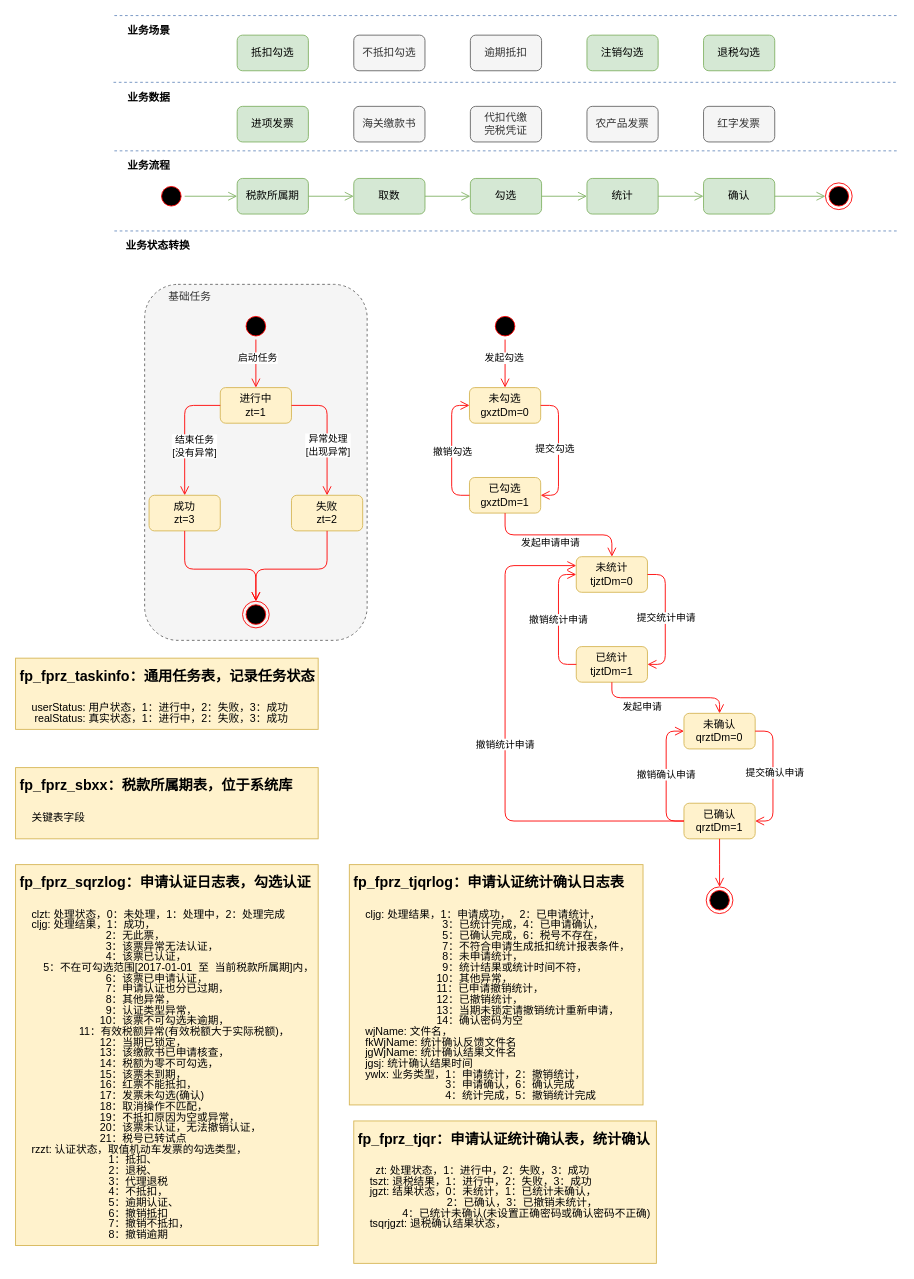
The draw.io diagram 发票认证整体.drawio in xingzhihe/hello-world, before the edit. Source tidied: cells renumbered, new cells numbered last; positions are measured from the earlier drawing's top-left corner, leaving out a move shared by most shapes. Both pictures are drawn from the tidied source at 89%, with x=0, y=0 at pixel (15, 15).
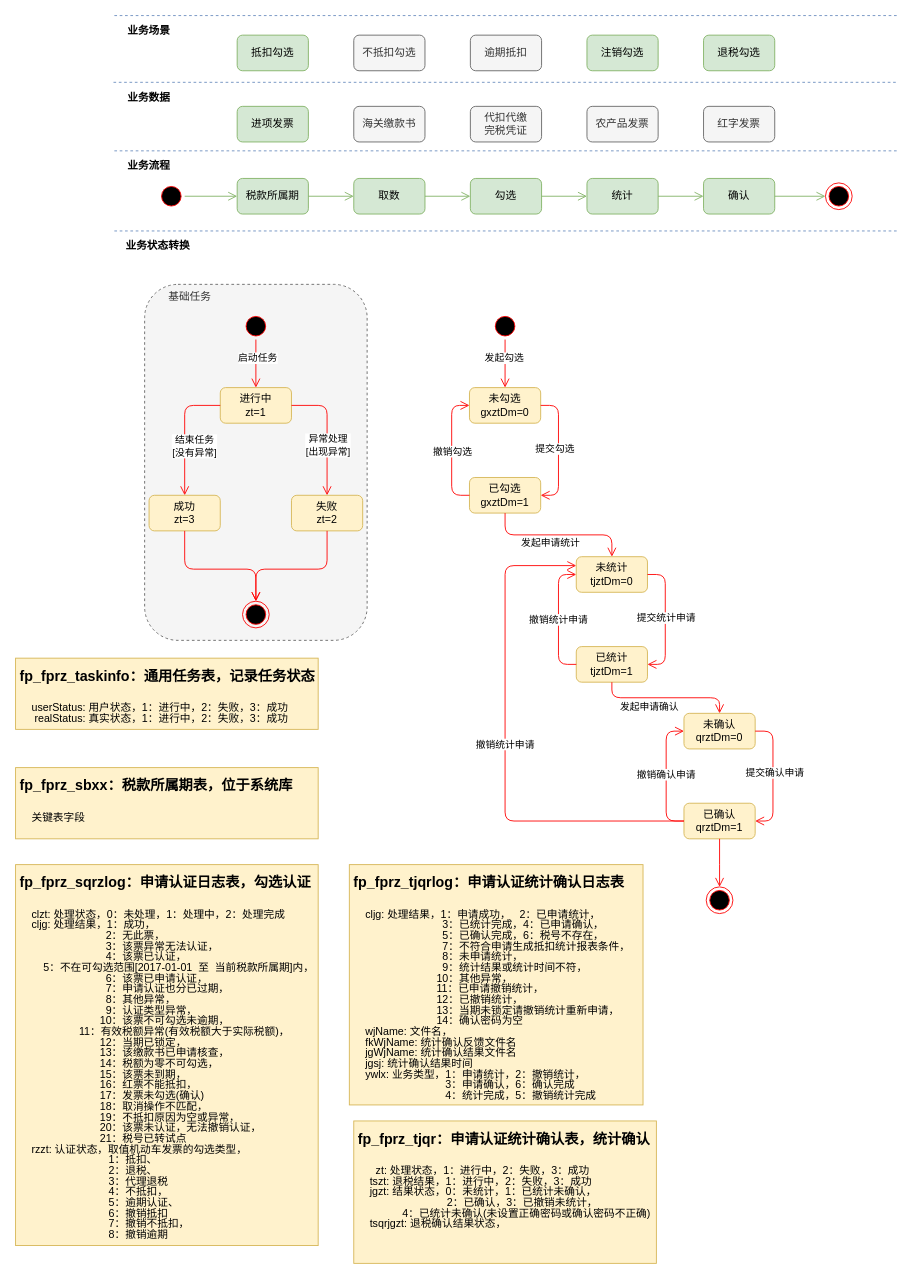
Above is the later version.

Commit message:
更新发票认证整体.drawio

The change refers to these unchanged cells:
```xml
<mxCell id="50" style="edgeStyle=orthogonalEdgeStyle;html=1;verticalAlign=bottom;endArrow=open;endSize=8;strokeColor=#ff0000;rounded=1;entryX=0.5;entryY=0;entryDx=0;entryDy=0;exitX=0.5;exitY=1;exitDx=0;exitDy=0;" parent="1" edge="1" source="40" target="48">
  <mxGeometry relative="1" as="geometry" />
</mxCell>
<mxCell id="59" style="edgeStyle=orthogonalEdgeStyle;html=1;verticalAlign=bottom;endArrow=open;endSize=8;strokeColor=#ff0000;rounded=1;entryX=0.5;entryY=0;entryDx=0;entryDy=0;exitX=0.5;exitY=1;exitDx=0;exitDy=0;" parent="1" edge="1" source="49" target="56">
  <mxGeometry relative="1" as="geometry" />
</mxCell>
```

What changed in the source:
```diff
@@
-    <mxCell id="51" value="发起申请申请" style="edgeLabel;html=1;align=center;verticalAlign=middle;" parent="50" vertex="1">
+    <mxCell id="51" value="发起申请统计" style="edgeLabel;html=1;align=center;verticalAlign=middle;" parent="50" vertex="1">
       <mxGeometry x="-0.36" y="-2" relative="1" as="geometry">
         <mxPoint x="21" y="7" as="offset" />
       </mxGeometry>
     </mxCell>
@@
-    <mxCell id="60" value="发起申请" style="edgeLabel;html=1;align=center;verticalAlign=middle;" parent="59" vertex="1">
+    <mxCell id="60" value="发起申请确认" style="edgeLabel;html=1;align=center;verticalAlign=middle;" parent="59" vertex="1">
       <mxGeometry x="-0.36" y="-2" relative="1" as="geometry">
-        <mxPoint x="1" y="8" as="offset" />
+        <mxPoint x="9" y="8" as="offset" />
       </mxGeometry>
     </mxCell>
```
